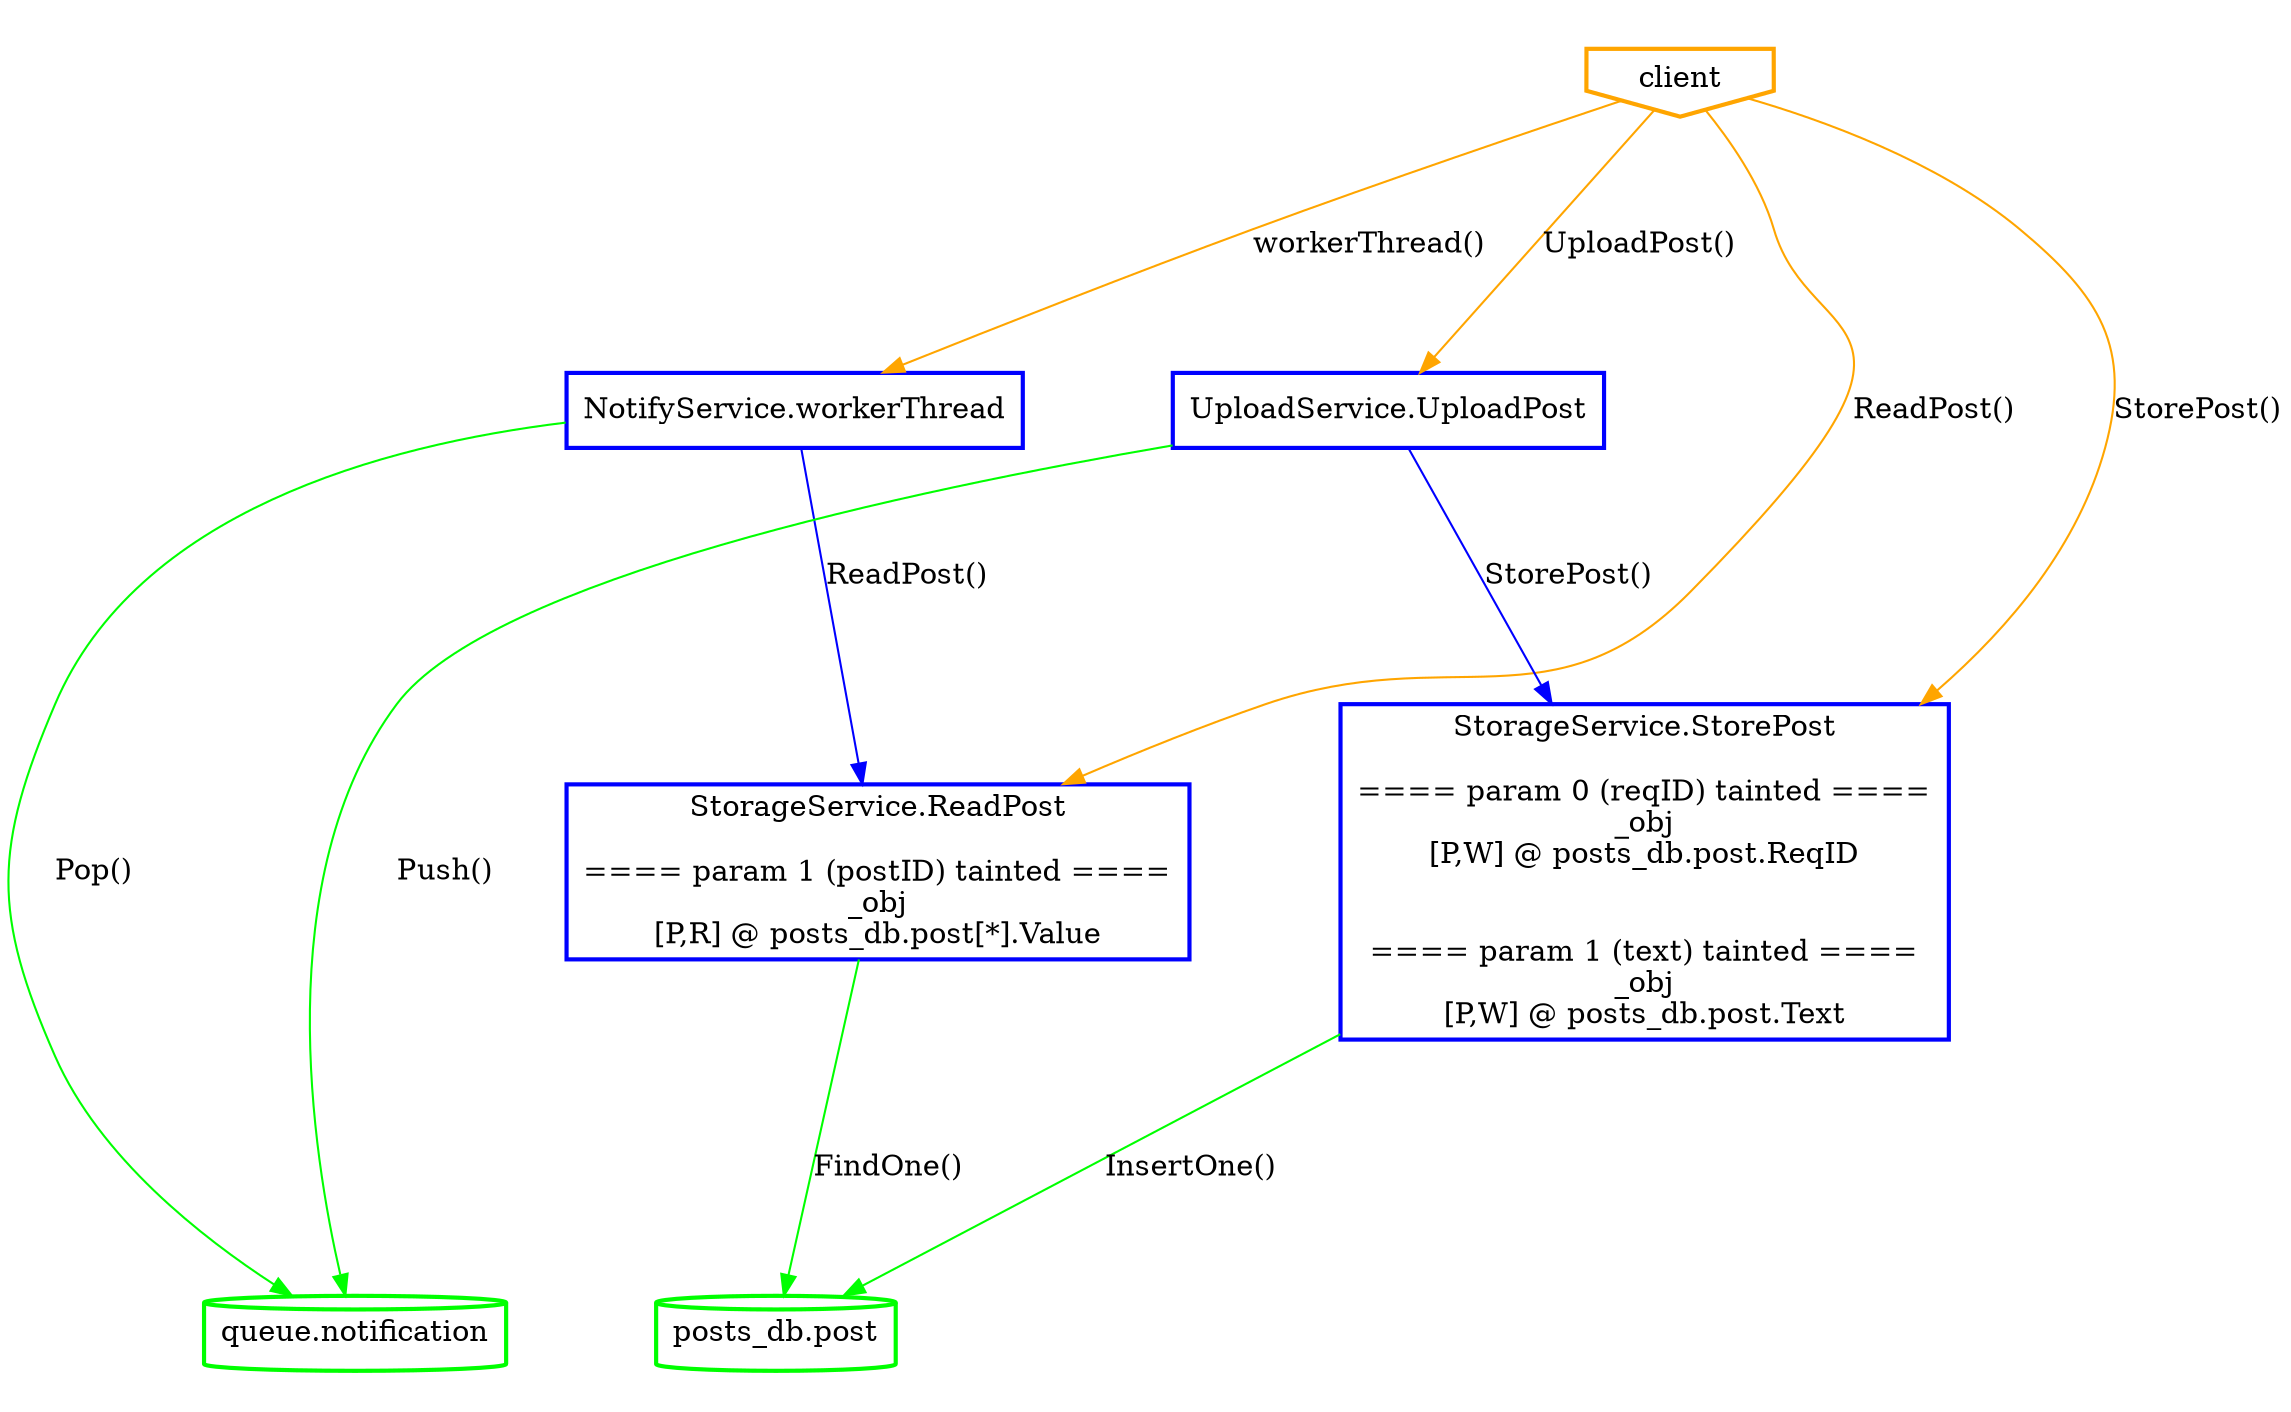
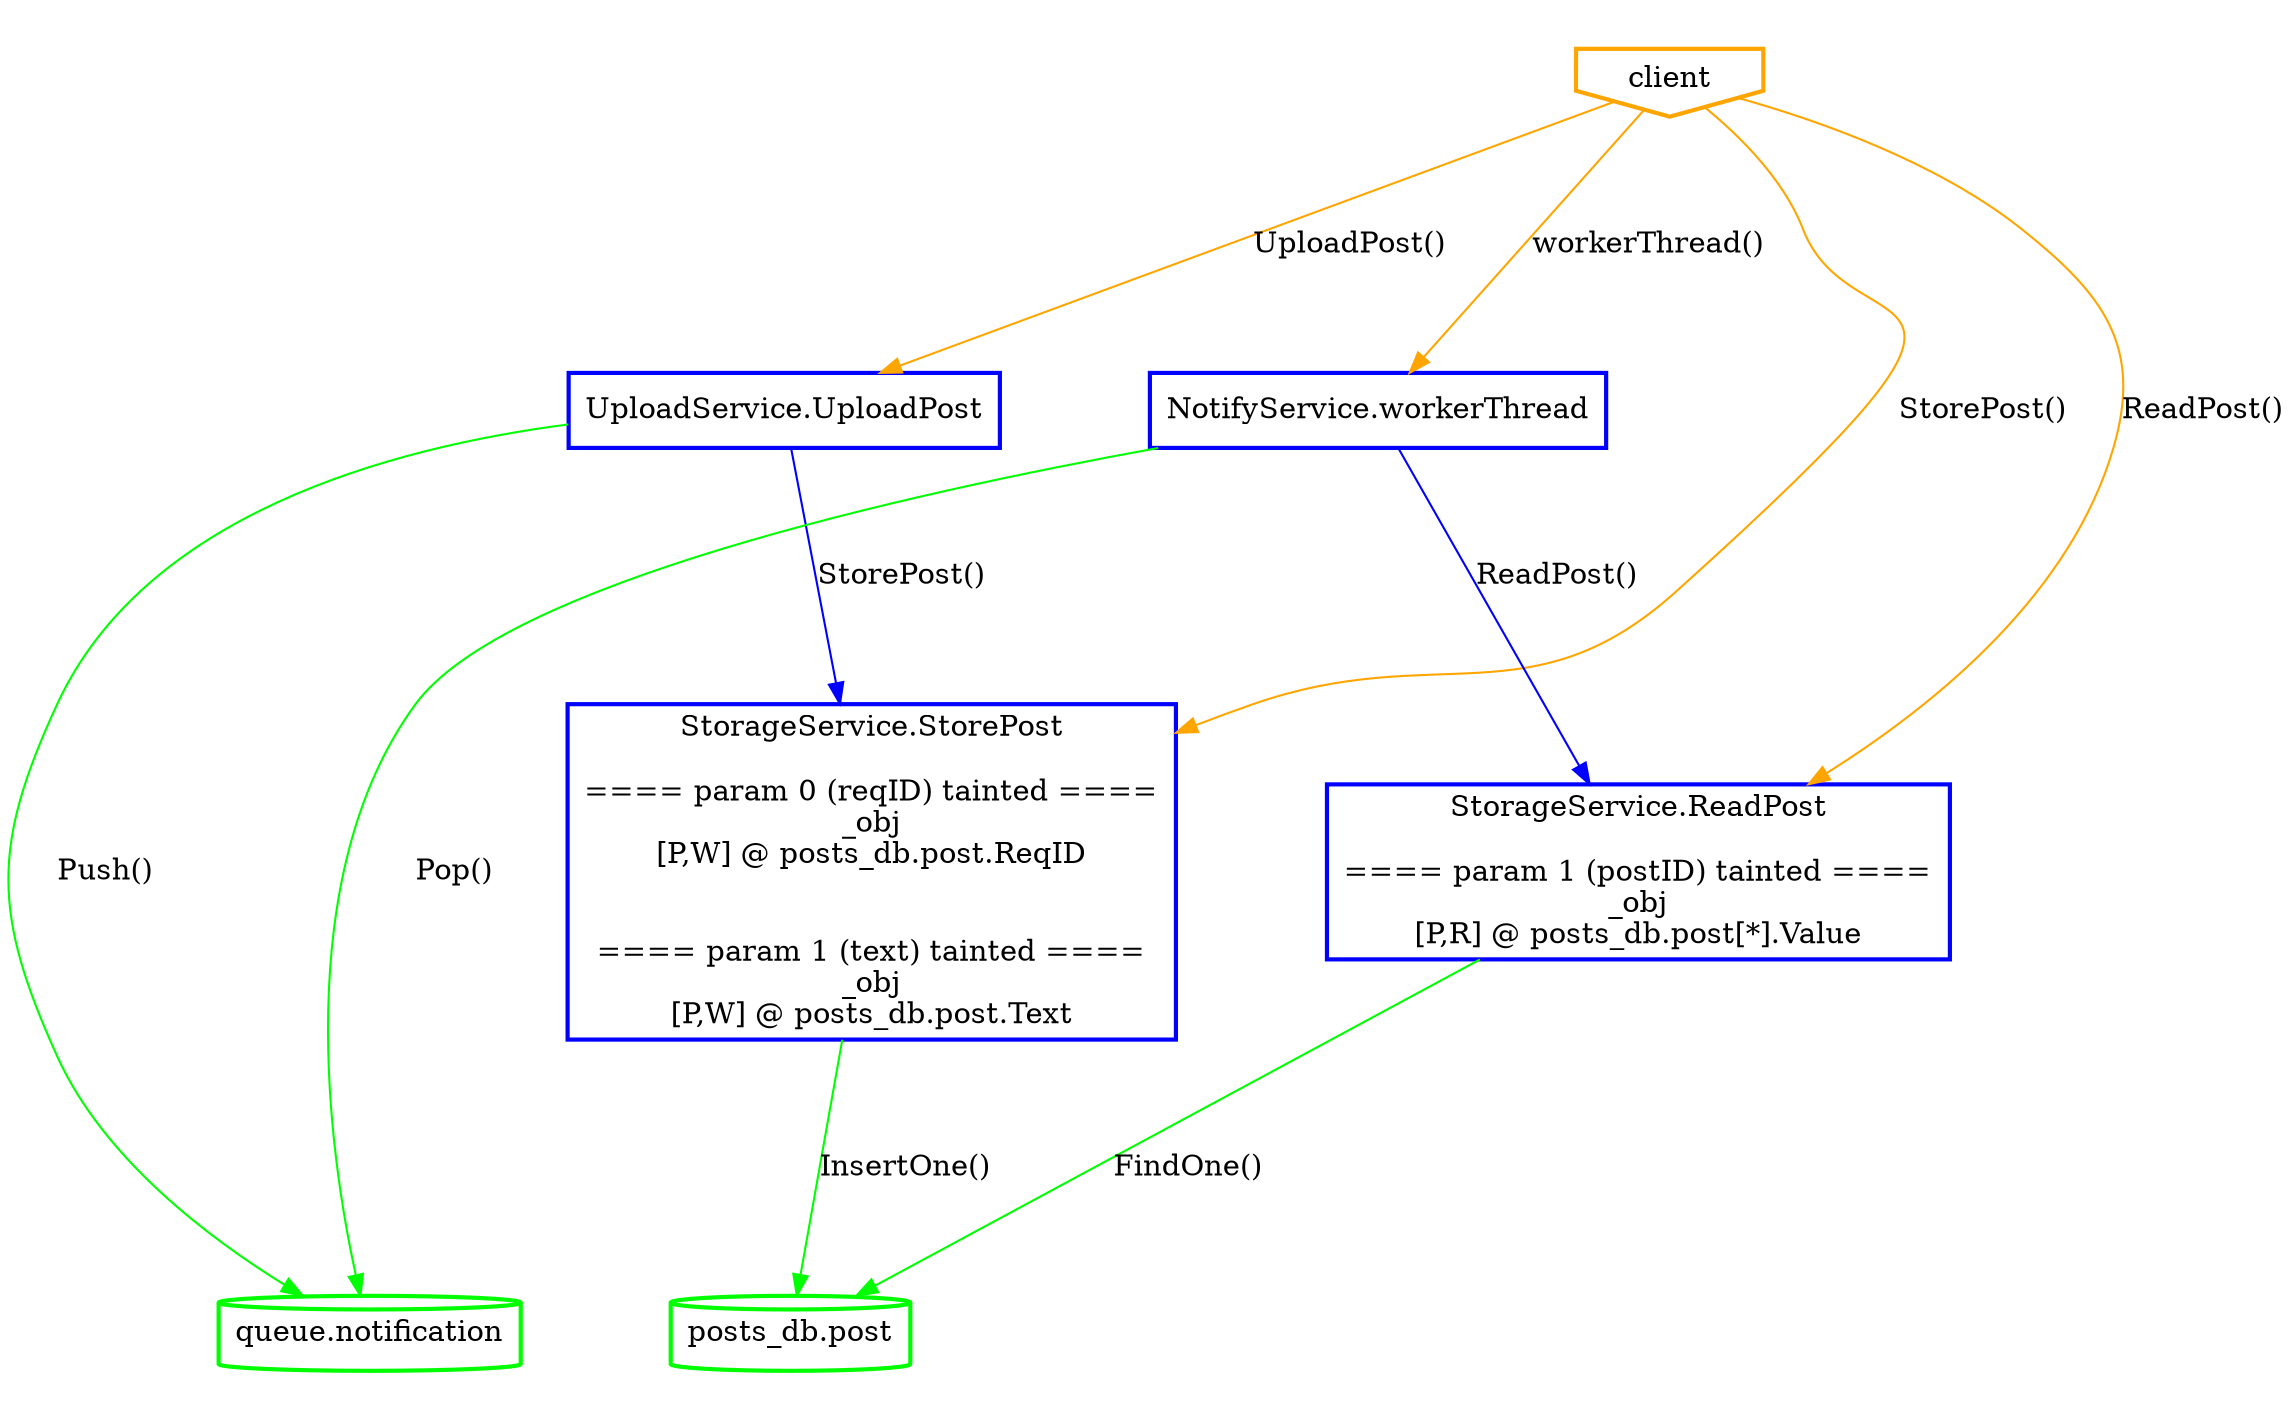
digraph G {
	rankdir=TD;
	ranksep=1.5;
	nodesep=1;
	subgraph cluster_clients {
		style=invis;
		N_client [label="client", style=bold, shape=invhouse, color="orange"];
	}
	subgraph cluster_services {
		style=invis;
- 		N_NotifyService_workerThread [label="NotifyService.workerThread", style=bold, shape=box, color="blue"];
- 		N_StorageService_ReadPost [label="StorageService.ReadPost
- 
- ==== param 1 (postID) tainted ====
- _obj
- [P,R] @ posts_db.post[*].Value
- ", style=bold, shape=box, color="blue"];
		N_UploadService_UploadPost [label="UploadService.UploadPost", style=bold, shape=box, color="blue"];
		N_StorageService_StorePost [label="StorageService.StorePost

==== param 0 (reqID) tainted ====
_obj
[P,W] @ posts_db.post.ReqID


==== param 1 (text) tainted ====
_obj
[P,W] @ posts_db.post.Text
+ ", style=bold, shape=box, color="blue"];
+ 		N_NotifyService_workerThread [label="NotifyService.workerThread", style=bold, shape=box, color="blue"];
+ 		N_StorageService_ReadPost [label="StorageService.ReadPost
+ 
+ ==== param 1 (postID) tainted ====
+ _obj
+ [P,R] @ posts_db.post[*].Value
", style=bold, shape=box, color="blue"];
	}
	subgraph cluster_databases {
		style=invis;
		N_queue_notification [label="queue.notification", style=bold, shape=cylinder, color="green"];
		N_posts_db_post [label="posts_db.post", style=bold, shape=cylinder, color="green"];
	}
	N_client -> N_UploadService_UploadPost [label="UploadPost()", color=orange];
	N_UploadService_UploadPost -> N_StorageService_StorePost [label="StorePost()", color=blue];
	N_UploadService_UploadPost -> N_queue_notification [label="Push()", color=green];
	N_client -> N_StorageService_StorePost [label="StorePost()", color=orange];
	N_StorageService_StorePost -> N_posts_db_post [label="InsertOne()", color=green];
	N_client -> N_NotifyService_workerThread [label="workerThread()", color=orange];
+ 	N_NotifyService_workerThread -> N_queue_notification [label="Pop()", color=green];
	N_NotifyService_workerThread -> N_StorageService_ReadPost [label="ReadPost()", color=blue];
- 	N_NotifyService_workerThread -> N_queue_notification [label="Pop()", color=green];
	N_client -> N_StorageService_ReadPost [label="ReadPost()", color=orange];
	N_StorageService_ReadPost -> N_posts_db_post [label="FindOne()", color=green];
}
